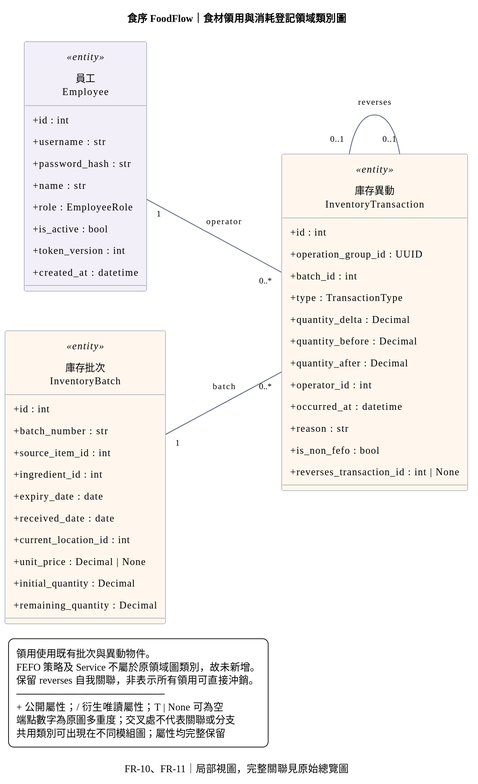
This is docs/diagrams/domain-modules/b-class-05-issue.svg from Software-engineering-foodflow/foodflow, a PlantUML export, as it was before one commit. Its source is kept beside it as docs/diagrams/domain-modules/b-class-05-issue.puml.
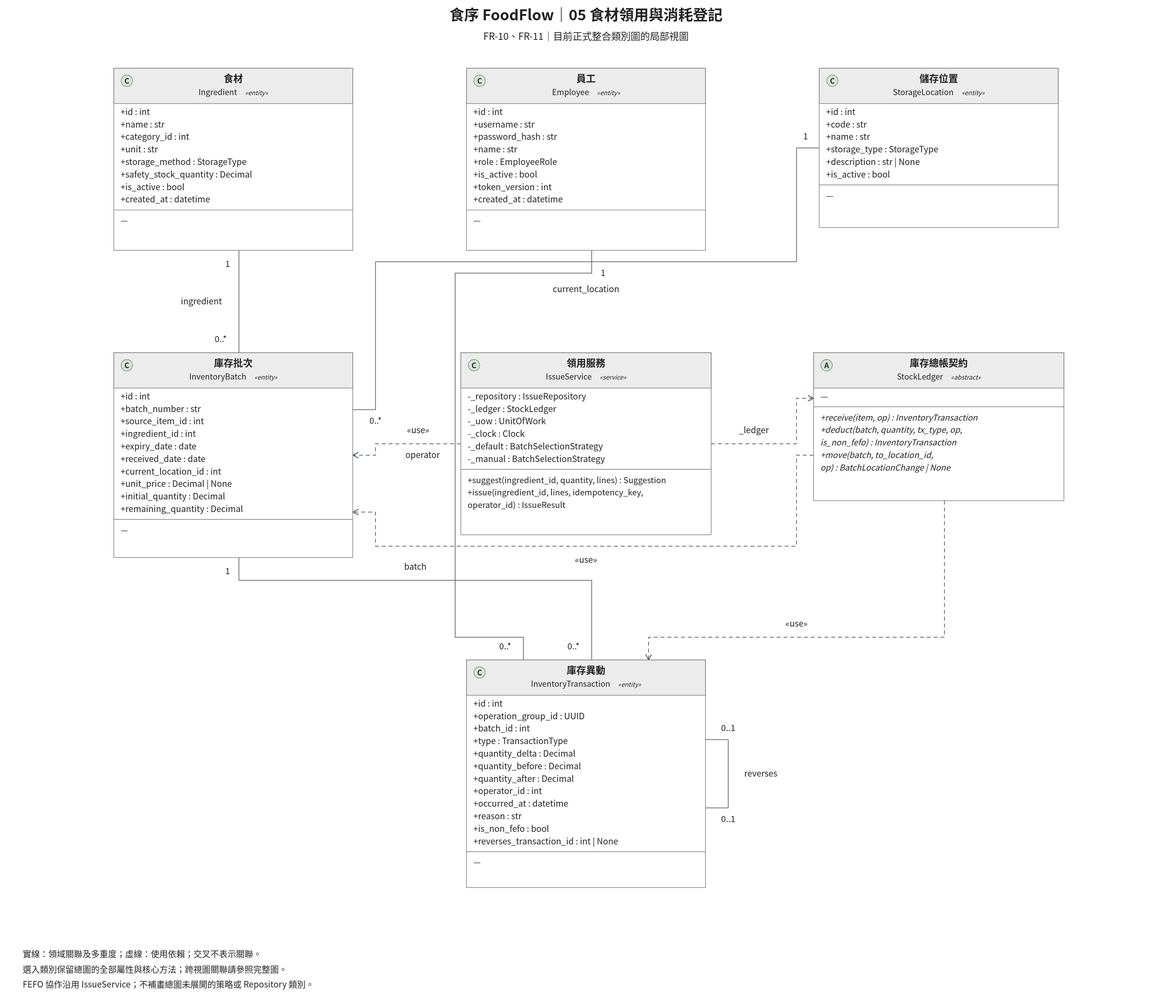
Above is the later version.

Diff of the diagram source:
```diff
@@ -1,23 +1,32 @@
 @startuml b-class-05-issue
-title 食序 FoodFlow｜食材領用與消耗登記領域類別圖
-caption FR-10、FR-11｜局部視圖，完整關聯見原始總覽圖
-left to right direction
-hide circle
-skinparam linetype polyline
+title 食序 FoodFlow｜食材領用與消耗登記
+caption FR-10、FR-11｜目前正式整合類別圖的局部視圖
+top to bottom direction
 skinparam backgroundColor white
 skinparam shadowing false
 skinparam defaultFontName Microsoft JhengHei
-skinparam defaultFontSize 14
+skinparam defaultFontSize 15
 skinparam classAttributeIconSize 0
-skinparam classBorderColor #64748B
-skinparam ArrowColor #475569
-skinparam ArrowFontSize 12
-skinparam nodesep 55
-skinparam ranksep 100
-skinparam padding 6
-skinparam dpi 120
+skinparam classBackgroundColor white
+skinparam classHeaderBackgroundColor #ECECEC
+skinparam classBorderColor #777777
+skinparam linetype polyline
+skinparam dpi 192
+together {
+class "食材\nIngredient" as Ingredient <<entity>> {
+  +id : int
+  +name : str
+  +category_id : int
+  +unit : str
+  +storage_method : StorageType
+  +safety_stock_quantity : Decimal
+  +is_active : bool
+  +created_at : datetime
+  -- 方法 --
 
-class "員工\nEmployee" as Employee <<entity>> #F2EFF8 {
+}
+
+class "員工\nEmployee" as Employee <<entity>> {
   +id : int
   +username : str
   +password_hash : str
@@ -26,9 +35,25 @@
   +is_active : bool
   +token_version : int
   +created_at : datetime
+  -- 方法 --
+
 }
 
-class "庫存批次\nInventoryBatch" as InventoryBatch <<entity>> #FFF7ED {
+class "儲存位置\nStorageLocation" as StorageLocation <<entity>> {
+  +id : int
+  +code : str
+  +name : str
+  +storage_type : StorageType
+  +description : str | None
+  +is_active : bool
+  -- 方法 --
+
+}
+}
+Ingredient -[hidden]right-> Employee
+Employee -[hidden]right-> StorageLocation
+together {
+class "庫存批次\nInventoryBatch" as InventoryBatch <<entity>> {
   +id : int
   +batch_number : str
   +source_item_id : int
@@ -39,9 +64,34 @@
   +unit_price : Decimal | None
   +initial_quantity : Decimal
   +remaining_quantity : Decimal
+  -- 方法 --
+
 }
 
-class "庫存異動\nInventoryTransaction" as InventoryTransaction <<entity>> #FFF7ED {
+class "領用服務\nIssueService" as IssueService <<service>> {
+  -_repository : IssueRepository
+  -_ledger : StockLedger
+  -_uow : UnitOfWork
+  -_clock : Clock
+  -_default : BatchSelectionStrategy
+  -_manual : BatchSelectionStrategy
+  -- 方法 --
+  +suggest(ingredient_id, quantity, lines) : Suggestion
+  +issue(ingredient_id, lines, idempotency_key, operator_id) : IssueResult
+}
+
+abstract class "庫存總帳契約\nStockLedger" as StockLedger <<abstract>> {
+
+  -- 方法 --
+  +receive(item, op) : InventoryTransaction
+  +deduct(batch, quantity, tx_type, op, is_non_fefo) : InventoryTransaction
+  +move(batch, to_location_id, op) : BatchLocationChange | None
+}
+}
+InventoryBatch -[hidden]right-> IssueService
+IssueService -[hidden]right-> StockLedger
+together {
+class "庫存異動\nInventoryTransaction" as InventoryTransaction <<entity>> {
   +id : int
   +operation_group_id : UUID
   +batch_id : int
@@ -54,20 +104,25 @@
   +reason : str
   +is_non_fefo : bool
   +reverses_transaction_id : int | None
+  -- 方法 --
+
 }
-
+}
+Ingredient -[hidden]down-> InventoryBatch
+InventoryBatch -[hidden]down-> InventoryTransaction
 Employee "1" -- "0..*" InventoryTransaction : operator
+Ingredient "1" -- "0..*" InventoryBatch : ingredient
 InventoryBatch "1" -- "0..*" InventoryTransaction : batch
 InventoryTransaction "0..1" -- "0..1" InventoryTransaction : reverses
-
-
+StorageLocation "1" -- "0..*" InventoryBatch : current_location
+IssueService ..> InventoryBatch : «use»
+IssueService ..> StockLedger : _ledger
+StockLedger ..> InventoryBatch : «use»
+StockLedger ..> InventoryTransaction : «use»
 legend bottom left
-  領用使用既有批次與異動物件。
-  FEFO 策略及 Service 不屬於原領域圖類別，故未新增。
-  保留 reverses 自我關聯，非表示所有領用可直接沖銷。
-  ─────────────────────
-  + 公開屬性；/ 衍生唯讀屬性；T | None 可為空
-  端點數字為原圖多重度；交叉處不代表關聯或分支
-  共用類別可出現在不同模組圖；屬性均完整保留
+  實線為領域關聯；虛線為使用依賴。類別成員與多重度直接沿用完整圖。
+  僅顯示兩端都在本視圖內的關聯；完整關聯請參照 b-class-diagram。
+  PNG／SVG 與 draw.io 使用固定排版，PlantUML 自動排版可能不同。
+  FEFO 協作沿用 IssueService；不補畫總圖未展開的策略或 Repository 類別。
 endlegend
 @enduml
```
